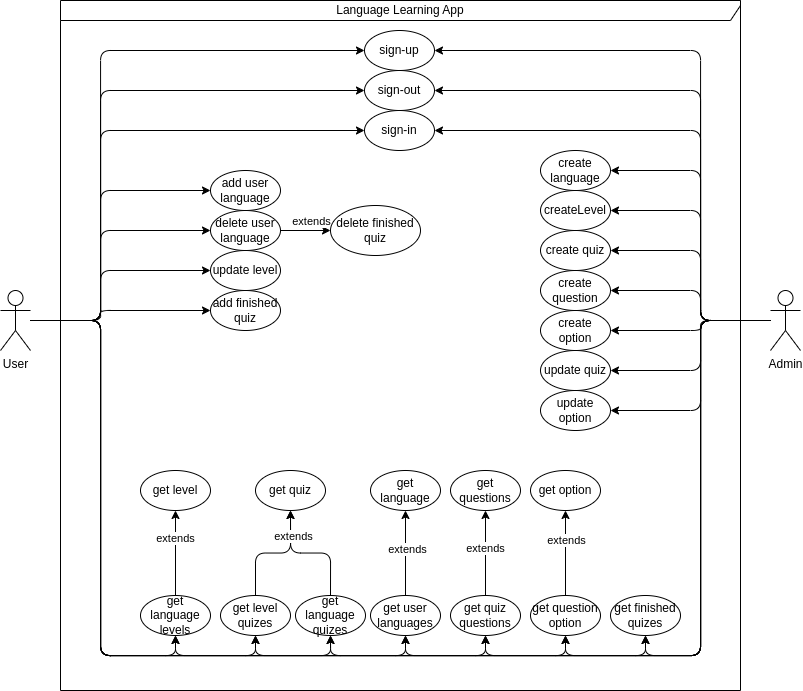
ThommysArt/Linger---ExpressJS-NextJS keeps this draw.io diagram as Docs/Linger-Use case diagram.drawio.png. Above is the earlier version. Source tidied: cells renumbered, new cells last; positions are measured from the earlier drawing's top-left corner, leaving out a move shared by most shapes.
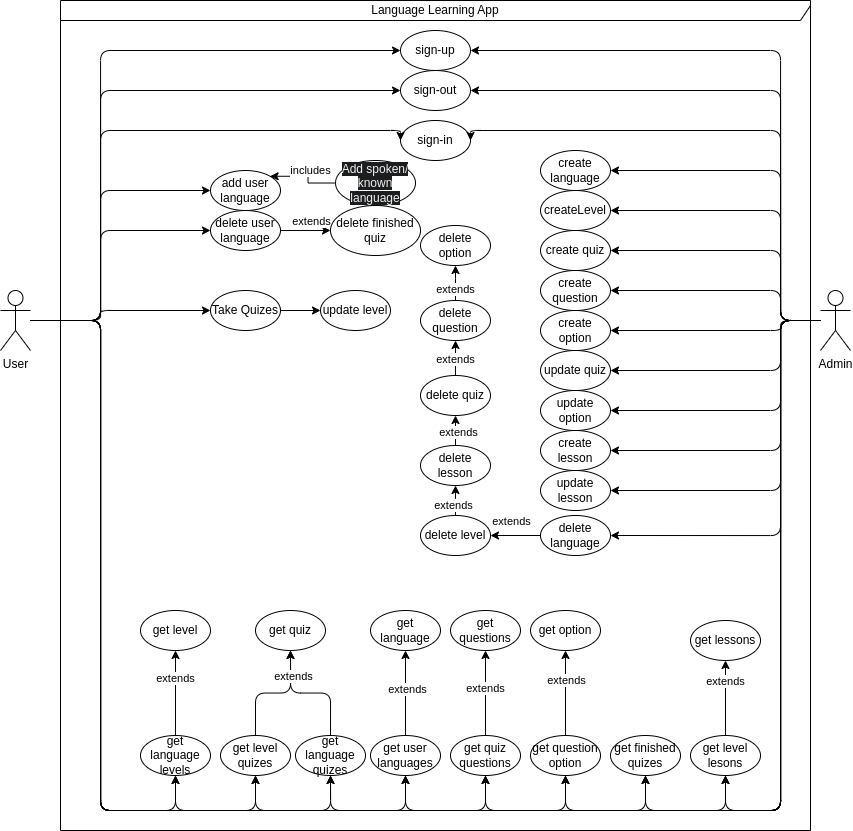
The same diagram one commit later.

Diff of the diagram source:
```diff
@@ -4,13 +4,13 @@
     <mxCell id="1" parent="0" />
-    <mxCell id="2" value="Language Learning App" style="shape=umlFrame;whiteSpace=wrap;html=1;width=690;height=20;rounded=1;" parent="1" vertex="1">
-      <mxGeometry x="60" width="680" height="690" as="geometry" />
+    <mxCell id="2" value="Language Learning App" style="shape=umlFrame;whiteSpace=wrap;html=1;width=750;height=20;rounded=1;" parent="1" vertex="1">
+      <mxGeometry x="60" width="750" height="830" as="geometry" />
     </mxCell>
     <mxCell id="3" value="sign-up" style="ellipse;whiteSpace=wrap;html=1;rounded=1;" parent="1" vertex="1">
-      <mxGeometry x="364" y="30" width="70" height="40" as="geometry" />
+      <mxGeometry x="400" y="30" width="70" height="40" as="geometry" />
     </mxCell>
     <mxCell id="4" value="sign-out" style="ellipse;whiteSpace=wrap;html=1;rounded=1;" parent="1" vertex="1">
-      <mxGeometry x="364" y="70" width="70" height="40" as="geometry" />
+      <mxGeometry x="400" y="70" width="70" height="40" as="geometry" />
     </mxCell>
     <mxCell id="5" value="sign-in" style="ellipse;whiteSpace=wrap;html=1;rounded=1;" parent="1" vertex="1">
-      <mxGeometry x="364" y="110" width="70" height="40" as="geometry" />
+      <mxGeometry x="400" y="120" width="70" height="40" as="geometry" />
     </mxCell>
@@ -33,3 +33,6 @@
     </mxCell>
+    <mxCell id="76" style="edgeStyle=orthogonalEdgeStyle;rounded=0;jettySize=auto;html=1;exitX=1;exitY=0.5;exitDx=0;exitDy=0;" parent="1" edge="1" source="11" target="16">
+      <mxGeometry relative="1" as="geometry" />
+    </mxCell>
-    <mxCell id="11" value="add finished quiz" style="ellipse;whiteSpace=wrap;html=1;rounded=1;" parent="1" vertex="1">
+    <mxCell id="11" value="Take Quizes" style="ellipse;whiteSpace=wrap;html=1;rounded=1;" parent="1" vertex="1">
       <mxGeometry x="210" y="290" width="70" height="40" as="geometry" />
@@ -37,3 +40,3 @@
     <mxCell id="12" value="get language" style="ellipse;whiteSpace=wrap;html=1;rounded=1;" parent="1" vertex="1">
-      <mxGeometry x="370" y="470" width="70" height="40" as="geometry" />
+      <mxGeometry x="370" y="610" width="70" height="40" as="geometry" />
     </mxCell>
@@ -46,6 +49,6 @@
     <mxCell id="15" value="get language levels" style="ellipse;whiteSpace=wrap;html=1;rounded=1;" parent="1" vertex="1">
-      <mxGeometry x="140" y="595" width="70" height="40" as="geometry" />
+      <mxGeometry x="140" y="735" width="70" height="40" as="geometry" />
     </mxCell>
     <mxCell id="16" value="update level" style="ellipse;whiteSpace=wrap;html=1;rounded=1;" parent="1" vertex="1">
-      <mxGeometry x="210" y="250" width="70" height="40" as="geometry" />
+      <mxGeometry x="320" y="290" width="70" height="40" as="geometry" />
     </mxCell>
@@ -73,6 +76,6 @@
     <mxCell id="24" value="get level" style="ellipse;whiteSpace=wrap;html=1;rounded=1;" parent="1" vertex="1">
-      <mxGeometry x="140" y="470" width="70" height="40" as="geometry" />
+      <mxGeometry x="140" y="610" width="70" height="40" as="geometry" />
     </mxCell>
     <mxCell id="25" value="get quiz" style="ellipse;whiteSpace=wrap;html=1;rounded=1;" parent="1" vertex="1">
-      <mxGeometry x="255" y="470" width="70" height="40" as="geometry" />
+      <mxGeometry x="255" y="610" width="70" height="40" as="geometry" />
     </mxCell>
@@ -82,3 +85,3 @@
     <mxCell id="27" value="get level quizes" style="ellipse;whiteSpace=wrap;html=1;rounded=1;" parent="1" vertex="1">
-      <mxGeometry x="220" y="595" width="70" height="40" as="geometry" />
+      <mxGeometry x="220" y="735" width="70" height="40" as="geometry" />
     </mxCell>
@@ -91,6 +94,6 @@
     <mxCell id="30" value="get language quizes" style="ellipse;whiteSpace=wrap;html=1;rounded=1;" parent="1" vertex="1">
-      <mxGeometry x="295" y="595" width="70" height="40" as="geometry" />
+      <mxGeometry x="295" y="735" width="70" height="40" as="geometry" />
     </mxCell>
     <mxCell id="31" value="get questions" style="ellipse;whiteSpace=wrap;html=1;rounded=1;" parent="1" vertex="1">
-      <mxGeometry x="450" y="470" width="70" height="40" as="geometry" />
+      <mxGeometry x="450" y="610" width="70" height="40" as="geometry" />
     </mxCell>
@@ -103,6 +106,6 @@
     <mxCell id="34" value="get quiz questions" style="ellipse;whiteSpace=wrap;html=1;rounded=1;" parent="1" vertex="1">
-      <mxGeometry x="450" y="595" width="70" height="40" as="geometry" />
+      <mxGeometry x="450" y="735" width="70" height="40" as="geometry" />
     </mxCell>
     <mxCell id="35" value="get option" style="ellipse;whiteSpace=wrap;html=1;rounded=1;" parent="1" vertex="1">
-      <mxGeometry x="530" y="470" width="70" height="40" as="geometry" />
+      <mxGeometry x="530" y="610" width="70" height="40" as="geometry" />
     </mxCell>
@@ -115,6 +118,6 @@
     <mxCell id="38" value="get question option" style="ellipse;whiteSpace=wrap;html=1;rounded=1;" parent="1" vertex="1">
-      <mxGeometry x="530" y="595" width="70" height="40" as="geometry" />
+      <mxGeometry x="530" y="735" width="70" height="40" as="geometry" />
     </mxCell>
     <mxCell id="39" value="get finished quizes" style="ellipse;whiteSpace=wrap;html=1;rounded=1;" parent="1" vertex="1">
-      <mxGeometry x="610" y="595" width="70" height="40" as="geometry" />
+      <mxGeometry x="610" y="735" width="70" height="40" as="geometry" />
     </mxCell>
@@ -127,3 +130,3 @@
     <mxCell id="42" value="get user languages" style="ellipse;whiteSpace=wrap;html=1;rounded=1;" parent="1" vertex="1">
-      <mxGeometry x="370" y="595" width="70" height="40" as="geometry" />
+      <mxGeometry x="370" y="735" width="70" height="40" as="geometry" />
     </mxCell>
@@ -169,10 +172,2 @@
     </mxCell>
-    <mxCell id="48" style="edgeStyle=orthogonalEdgeStyle;rounded=1;jettySize=auto;html=1;" parent="1" edge="1" source="57" target="16">
-      <mxGeometry relative="1" as="geometry">
-        <Array as="points">
-          <mxPoint x="100" y="320" />
-          <mxPoint x="100" y="270" />
-        </Array>
-      </mxGeometry>
-    </mxCell>
     <mxCell id="49" style="edgeStyle=orthogonalEdgeStyle;rounded=1;jettySize=auto;html=1;" parent="1" edge="1" source="57" target="11">
@@ -189,4 +184,4 @@
           <mxPoint x="100" y="320" />
-          <mxPoint x="100" y="655" />
-          <mxPoint x="175" y="655" />
+          <mxPoint x="100" y="810" />
+          <mxPoint x="175" y="810" />
         </Array>
@@ -198,4 +193,4 @@
           <mxPoint x="100" y="320" />
-          <mxPoint x="100" y="655" />
-          <mxPoint x="255" y="655" />
+          <mxPoint x="100" y="810" />
+          <mxPoint x="255" y="810" />
         </Array>
@@ -207,4 +202,4 @@
           <mxPoint x="100" y="320" />
-          <mxPoint x="100" y="655" />
-          <mxPoint x="330" y="655" />
+          <mxPoint x="100" y="810" />
+          <mxPoint x="330" y="810" />
         </Array>
@@ -216,4 +211,4 @@
           <mxPoint x="100" y="320" />
-          <mxPoint x="100" y="655" />
-          <mxPoint x="405" y="655" />
+          <mxPoint x="100" y="810" />
+          <mxPoint x="405" y="810" />
         </Array>
@@ -225,4 +220,4 @@
           <mxPoint x="100" y="320" />
-          <mxPoint x="100" y="655" />
-          <mxPoint x="485" y="655" />
+          <mxPoint x="100" y="810" />
+          <mxPoint x="485" y="810" />
         </Array>
@@ -234,4 +229,4 @@
           <mxPoint x="100" y="320" />
-          <mxPoint x="100" y="655" />
-          <mxPoint x="565" y="655" />
+          <mxPoint x="100" y="810" />
+          <mxPoint x="565" y="810" />
         </Array>
@@ -243,4 +238,4 @@
           <mxPoint x="100" y="320" />
-          <mxPoint x="100" y="655" />
-          <mxPoint x="645" y="655" />
+          <mxPoint x="100" y="810" />
+          <mxPoint x="645" y="810" />
         </Array>
@@ -248,2 +243,11 @@
     </mxCell>
+    <mxCell id="77" style="edgeStyle=orthogonalEdgeStyle;rounded=1;jettySize=auto;html=1;entryX=0.5;entryY=1;entryDx=0;entryDy=0;" parent="1" edge="1" source="57" target="84">
+      <mxGeometry relative="1" as="geometry">
+        <Array as="points">
+          <mxPoint x="100" y="320" />
+          <mxPoint x="100" y="810" />
+          <mxPoint x="725" y="810" />
+        </Array>
+      </mxGeometry>
+    </mxCell>
     <mxCell id="57" value="User" style="shape=umlActor;verticalLabelPosition=bottom;verticalAlign=top;html=1;rounded=1;" parent="1" vertex="1">
@@ -254,4 +258,4 @@
         <Array as="points">
-          <mxPoint x="700" y="320" />
-          <mxPoint x="700" y="50" />
+          <mxPoint x="780" y="320" />
+          <mxPoint x="780" y="50" />
         </Array>
@@ -262,4 +266,4 @@
         <Array as="points">
-          <mxPoint x="700" y="320" />
-          <mxPoint x="700" y="90" />
+          <mxPoint x="780" y="320" />
+          <mxPoint x="780" y="90" />
         </Array>
@@ -270,4 +274,4 @@
         <Array as="points">
-          <mxPoint x="700" y="320" />
-          <mxPoint x="700" y="130" />
+          <mxPoint x="780" y="320" />
+          <mxPoint x="780" y="130" />
         </Array>
@@ -278,4 +282,4 @@
         <Array as="points">
-          <mxPoint x="700" y="320" />
-          <mxPoint x="700" y="170" />
+          <mxPoint x="780" y="320" />
+          <mxPoint x="780" y="170" />
         </Array>
@@ -286,4 +290,4 @@
         <Array as="points">
-          <mxPoint x="700" y="320" />
-          <mxPoint x="700" y="210" />
+          <mxPoint x="780" y="320" />
+          <mxPoint x="780" y="210" />
         </Array>
@@ -294,4 +298,4 @@
         <Array as="points">
-          <mxPoint x="700" y="320" />
-          <mxPoint x="700" y="250" />
+          <mxPoint x="780" y="320" />
+          <mxPoint x="780" y="250" />
         </Array>
@@ -302,4 +306,4 @@
         <Array as="points">
-          <mxPoint x="700" y="320" />
-          <mxPoint x="700" y="290" />
+          <mxPoint x="780" y="320" />
+          <mxPoint x="780" y="290" />
         </Array>
@@ -310,4 +314,4 @@
         <Array as="points">
-          <mxPoint x="700" y="320" />
-          <mxPoint x="700" y="330" />
+          <mxPoint x="780" y="320" />
+          <mxPoint x="780" y="330" />
         </Array>
@@ -318,4 +322,4 @@
         <Array as="points">
-          <mxPoint x="700" y="320" />
-          <mxPoint x="700" y="370" />
+          <mxPoint x="780" y="320" />
+          <mxPoint x="780" y="370" />
         </Array>
@@ -326,4 +330,4 @@
         <Array as="points">
-          <mxPoint x="700" y="320" />
-          <mxPoint x="700" y="410" />
+          <mxPoint x="780" y="320" />
+          <mxPoint x="780" y="410" />
         </Array>
@@ -334,5 +338,5 @@
         <Array as="points">
-          <mxPoint x="700" y="320" />
-          <mxPoint x="700" y="655" />
-          <mxPoint x="645" y="655" />
+          <mxPoint x="780" y="320" />
+          <mxPoint x="780" y="810" />
+          <mxPoint x="645" y="810" />
         </Array>
@@ -343,5 +347,5 @@
         <Array as="points">
-          <mxPoint x="700" y="320" />
-          <mxPoint x="700" y="655" />
-          <mxPoint x="565" y="655" />
+          <mxPoint x="780" y="320" />
+          <mxPoint x="780" y="810" />
+          <mxPoint x="565" y="810" />
         </Array>
@@ -352,5 +356,5 @@
         <Array as="points">
-          <mxPoint x="700" y="320" />
-          <mxPoint x="700" y="655" />
-          <mxPoint x="485" y="655" />
+          <mxPoint x="780" y="320" />
+          <mxPoint x="780" y="810" />
+          <mxPoint x="485" y="810" />
         </Array>
@@ -361,5 +365,5 @@
         <Array as="points">
-          <mxPoint x="700" y="320" />
-          <mxPoint x="700" y="655" />
-          <mxPoint x="405" y="655" />
+          <mxPoint x="780" y="320" />
+          <mxPoint x="780" y="810" />
+          <mxPoint x="405" y="810" />
         </Array>
@@ -370,5 +374,5 @@
         <Array as="points">
-          <mxPoint x="700" y="320" />
-          <mxPoint x="700" y="655" />
-          <mxPoint x="330" y="655" />
+          <mxPoint x="780" y="320" />
+          <mxPoint x="780" y="810" />
+          <mxPoint x="330" y="810" />
         </Array>
@@ -376,8 +380,17 @@
     </mxCell>
+    <mxCell id="74" style="edgeStyle=orthogonalEdgeStyle;rounded=1;jettySize=auto;html=1;entryX=0.5;entryY=1;entryDx=0;entryDy=0;" parent="1" edge="1" source="75" target="15">
+      <mxGeometry relative="1" as="geometry">
+        <Array as="points">
+          <mxPoint x="780" y="320" />
+          <mxPoint x="780" y="810" />
+          <mxPoint x="175" y="810" />
+        </Array>
+      </mxGeometry>
+    </mxCell>
-    <mxCell id="73" style="edgeStyle=orthogonalEdgeStyle;rounded=1;jettySize=auto;html=1;entryX=0.5;entryY=1;entryDx=0;entryDy=0;" parent="1" edge="1" source="75" target="27">
+    <mxCell id="73" style="edgeStyle=orthogonalEdgeStyle;rounded=1;jettySize=auto;html=1;" parent="1" edge="1" source="75" target="27">
       <mxGeometry relative="1" as="geometry">
         <Array as="points">
-          <mxPoint x="700" y="320" />
-          <mxPoint x="700" y="655" />
-          <mxPoint x="255" y="655" />
+          <mxPoint x="780" y="320" />
+          <mxPoint x="780" y="810" />
+          <mxPoint x="255" y="810" />
         </Array>
@@ -385,14 +398,117 @@
     </mxCell>
-    <mxCell id="74" style="edgeStyle=orthogonalEdgeStyle;rounded=1;jettySize=auto;html=1;entryX=0.5;entryY=1;entryDx=0;entryDy=0;" parent="1" edge="1" source="75" target="15">
-      <mxGeometry relative="1" as="geometry">
-        <Array as="points">
-          <mxPoint x="700" y="320" />
-          <mxPoint x="700" y="655" />
-          <mxPoint x="175" y="655" />
-        </Array>
-      </mxGeometry>
-    </mxCell>
+    <mxCell id="78" style="edgeStyle=orthogonalEdgeStyle;rounded=1;jettySize=auto;html=1;entryX=0.5;entryY=1;entryDx=0;entryDy=0;" parent="1" edge="1" source="75" target="84">
+      <mxGeometry relative="1" as="geometry">
+        <Array as="points">
+          <mxPoint x="780" y="320" />
+          <mxPoint x="780" y="810" />
+          <mxPoint x="725" y="810" />
+        </Array>
+      </mxGeometry>
+    </mxCell>
+    <mxCell id="79" style="edgeStyle=orthogonalEdgeStyle;rounded=1;jettySize=auto;html=1;entryX=1;entryY=0.5;entryDx=0;entryDy=0;" parent="1" edge="1" source="75" target="86">
+      <mxGeometry relative="1" as="geometry">
+        <Array as="points">
+          <mxPoint x="780" y="320" />
+          <mxPoint x="780" y="450" />
+        </Array>
+      </mxGeometry>
+    </mxCell>
+    <mxCell id="80" style="edgeStyle=orthogonalEdgeStyle;rounded=1;jettySize=auto;html=1;entryX=1;entryY=0.5;entryDx=0;entryDy=0;" parent="1" edge="1" source="75" target="87">
+      <mxGeometry relative="1" as="geometry">
+        <Array as="points">
+          <mxPoint x="780" y="320" />
+          <mxPoint x="780" y="490" />
+        </Array>
+      </mxGeometry>
+    </mxCell>
+    <mxCell id="81" style="edgeStyle=orthogonalEdgeStyle;rounded=1;jettySize=auto;html=1;entryX=1;entryY=0.5;entryDx=0;entryDy=0;" parent="1" edge="1" source="75" target="90">
+      <mxGeometry relative="1" as="geometry">
+        <Array as="points">
+          <mxPoint x="780" y="320" />
+          <mxPoint x="780" y="535" />
+        </Array>
+      </mxGeometry>
+    </mxCell>
     <mxCell id="75" value="Admin" style="shape=umlActor;verticalLabelPosition=bottom;verticalAlign=top;html=1;rounded=1;" parent="1" vertex="1">
-      <mxGeometry x="770" y="290" width="30" height="60" as="geometry" />
+      <mxGeometry x="820" y="290" width="30" height="60" as="geometry" />
     </mxCell>
+    <mxCell id="82" style="edgeStyle=orthogonalEdgeStyle;rounded=1;jettySize=auto;html=1;" parent="1" edge="1" source="84" target="85">
+      <mxGeometry relative="1" as="geometry" />
+    </mxCell>
+    <mxCell id="83" value="extends" style="edgeLabel;html=1;align=center;verticalAlign=middle;rounded=1;" parent="82" vertex="1">
+      <mxGeometry x="0.47" y="1" relative="1" as="geometry" />
+    </mxCell>
+    <mxCell id="84" value="get level lesons" style="ellipse;whiteSpace=wrap;html=1;rounded=1;" parent="1" vertex="1">
+      <mxGeometry x="690" y="735" width="70" height="40" as="geometry" />
+    </mxCell>
+    <mxCell id="85" value="get lessons" style="ellipse;whiteSpace=wrap;html=1;rounded=1;" parent="1" vertex="1">
+      <mxGeometry x="690" y="620" width="70" height="40" as="geometry" />
+    </mxCell>
+    <mxCell id="86" value="create lesson" style="ellipse;whiteSpace=wrap;html=1;rounded=1;" parent="1" vertex="1">
+      <mxGeometry x="540" y="430" width="70" height="40" as="geometry" />
+    </mxCell>
+    <mxCell id="87" value="update lesson" style="ellipse;whiteSpace=wrap;html=1;rounded=1;" parent="1" vertex="1">
+      <mxGeometry x="540" y="470" width="70" height="40" as="geometry" />
+    </mxCell>
+    <mxCell id="88" style="edgeStyle=orthogonalEdgeStyle;rounded=1;jettySize=auto;html=1;entryX=1;entryY=0.5;entryDx=0;entryDy=0;" parent="1" edge="1" source="90" target="93">
+      <mxGeometry relative="1" as="geometry" />
+    </mxCell>
+    <mxCell id="89" value="extends" style="edgeLabel;html=1;align=center;verticalAlign=middle;rounded=1;" parent="88" vertex="1">
+      <mxGeometry x="0.16" y="1" relative="1" as="geometry">
+        <mxPoint y="-16" as="offset" />
+      </mxGeometry>
+    </mxCell>
+    <mxCell id="90" value="delete language" style="ellipse;whiteSpace=wrap;html=1;rounded=1;" parent="1" vertex="1">
+      <mxGeometry x="540" y="515" width="70" height="40" as="geometry" />
+    </mxCell>
+    <mxCell id="91" style="edgeStyle=orthogonalEdgeStyle;rounded=1;jettySize=auto;html=1;" parent="1" edge="1" source="93" target="96">
+      <mxGeometry relative="1" as="geometry" />
+    </mxCell>
+    <mxCell id="92" value="extends" style="edgeLabel;html=1;align=center;verticalAlign=middle;rounded=1;" parent="91" vertex="1">
+      <mxGeometry x="0.24" y="3" relative="1" as="geometry" />
+    </mxCell>
+    <mxCell id="93" value="delete level" style="ellipse;whiteSpace=wrap;html=1;rounded=1;" parent="1" vertex="1">
+      <mxGeometry x="420" y="515" width="70" height="40" as="geometry" />
+    </mxCell>
+    <mxCell id="94" style="edgeStyle=orthogonalEdgeStyle;rounded=1;jettySize=auto;html=1;entryX=0.5;entryY=1;entryDx=0;entryDy=0;" parent="1" edge="1" source="96" target="99">
+      <mxGeometry relative="1" as="geometry" />
+    </mxCell>
+    <mxCell id="95" value="extends" style="edgeLabel;html=1;align=center;verticalAlign=middle;rounded=1;" parent="94" vertex="1">
+      <mxGeometry x="0.32" y="-2" relative="1" as="geometry" />
+    </mxCell>
+    <mxCell id="96" value="delete lesson" style="ellipse;whiteSpace=wrap;html=1;rounded=1;" parent="1" vertex="1">
+      <mxGeometry x="420" y="445" width="70" height="40" as="geometry" />
+    </mxCell>
+    <mxCell id="97" style="edgeStyle=orthogonalEdgeStyle;rounded=1;jettySize=auto;html=1;" parent="1" edge="1" source="99" target="102">
+      <mxGeometry relative="1" as="geometry" />
+    </mxCell>
+    <mxCell id="98" value="extends" style="edgeLabel;html=1;align=center;verticalAlign=middle;rounded=1;" parent="97" vertex="1">
+      <mxGeometry x="0.2" y="1" relative="1" as="geometry" />
+    </mxCell>
+    <mxCell id="99" value="delete quiz" style="ellipse;whiteSpace=wrap;html=1;rounded=1;" parent="1" vertex="1">
+      <mxGeometry x="420" y="375" width="70" height="40" as="geometry" />
+    </mxCell>
+    <mxCell id="100" style="edgeStyle=orthogonalEdgeStyle;rounded=1;jettySize=auto;html=1;entryX=0.5;entryY=1;entryDx=0;entryDy=0;" parent="1" edge="1" source="102" target="103">
+      <mxGeometry relative="1" as="geometry" />
+    </mxCell>
+    <mxCell id="101" value="extends" style="edgeLabel;html=1;align=center;verticalAlign=middle;rounded=1;" parent="100" vertex="1">
+      <mxGeometry x="-0.47" y="1" relative="1" as="geometry" />
+    </mxCell>
+    <mxCell id="102" value="delete question" style="ellipse;whiteSpace=wrap;html=1;rounded=1;" parent="1" vertex="1">
+      <mxGeometry x="420" y="300" width="70" height="40" as="geometry" />
+    </mxCell>
+    <mxCell id="103" value="delete option" style="ellipse;whiteSpace=wrap;html=1;rounded=1;" parent="1" vertex="1">
+      <mxGeometry x="420" y="225" width="70" height="40" as="geometry" />
+    </mxCell>
+    <mxCell id="104" style="edgeStyle=orthogonalEdgeStyle;rounded=0;jettySize=auto;html=1;exitX=0;exitY=0.5;exitDx=0;exitDy=0;entryX=1;entryY=0;entryDx=0;entryDy=0;" parent="1" edge="1" source="106" target="6">
+      <mxGeometry relative="1" as="geometry" />
+    </mxCell>
+    <mxCell id="105" value="includes" style="edgeLabel;html=1;align=center;verticalAlign=middle;" parent="104" vertex="1">
+      <mxGeometry x="0.2" y="-2" relative="1" as="geometry">
+        <mxPoint x="12" y="-4" as="offset" />
+      </mxGeometry>
+    </mxCell>
+    <mxCell id="106" value="&lt;span style=&quot;color: rgb(240, 240, 240); font-family: Helvetica; font-size: 12px; font-style: normal; font-variant-ligatures: normal; font-variant-caps: normal; font-weight: 400; letter-spacing: normal; orphans: 2; text-align: center; text-indent: 0px; text-transform: none; widows: 2; word-spacing: 0px; -webkit-text-stroke-width: 0px; white-space: normal; background-color: rgb(27, 29, 30); text-decoration-thickness: initial; text-decoration-style: initial; text-decoration-color: initial; display: inline !important; float: none;&quot;&gt;Add spoken/ known language&lt;/span&gt;" style="ellipse;whiteSpace=wrap;html=1;" parent="1" vertex="1">
+      <mxGeometry x="335" y="160" width="80" height="45" as="geometry" />
+    </mxCell>
   </root>
```
